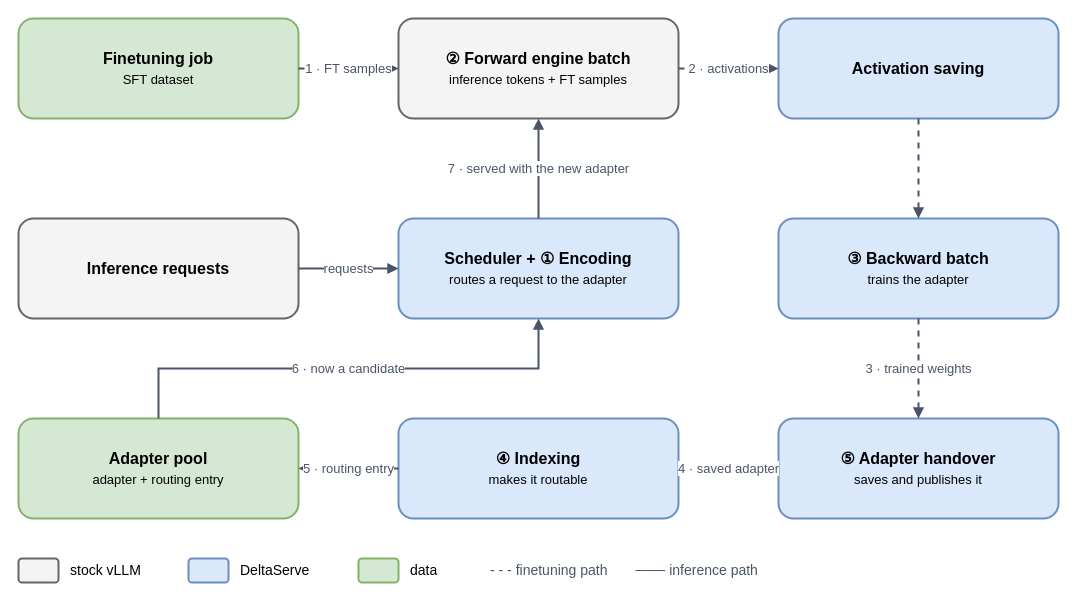
Earlier version of the draw.io diagram docs/figures/scheduling/03-adapter-life.drawio (852866031/DeltaServe-vLLM). Source tidied: cells renumbered, new cells numbered last; positions are measured from the earlier drawing's top-left corner, leaving out a move shared by most shapes. Both pictures are drawn from the tidied source at 100%, with x=0, y=0 at pixel (18, 18).
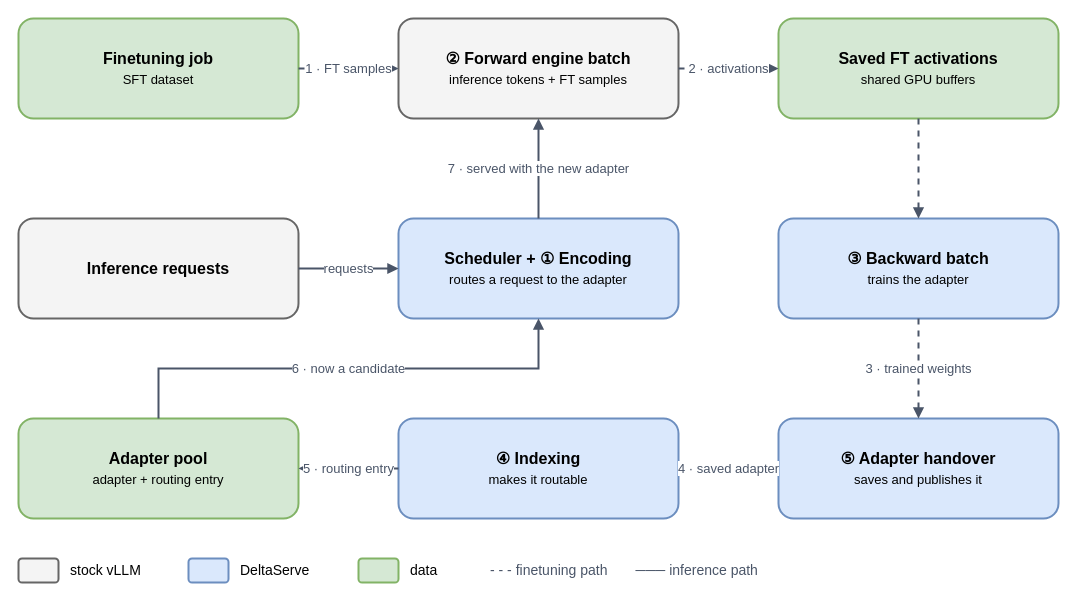
After the change.

Commit message (it also covers changes not shown here):
docs: scheduling figures — saved FT activations box, new components highlighted, indexing/handover decisions inside the scheduler

The edit, as a diff of the source:
```diff
@@
-    <mxCell id="4" value="&lt;b&gt;Activation saving&lt;/b&gt;" style="rounded=1;whiteSpace=wrap;html=1;fontSize=16;fillColor=#DAE8FC;strokeColor=#6C8EBF;strokeWidth=2;" parent="1" vertex="1">
+    <mxCell id="4" value="&lt;b&gt;Saved FT activations&lt;/b&gt;&lt;br&gt;&lt;font style=&quot;font-size:13px&quot;&gt;shared GPU buffers&lt;/font&gt;" style="rounded=1;whiteSpace=wrap;html=1;fontSize=16;fillColor=#D5E8D4;strokeColor=#82B366;strokeWidth=2;" parent="1" vertex="1">
       <mxGeometry x="760" width="280" height="100" as="geometry" />
     </mxCell>
```
